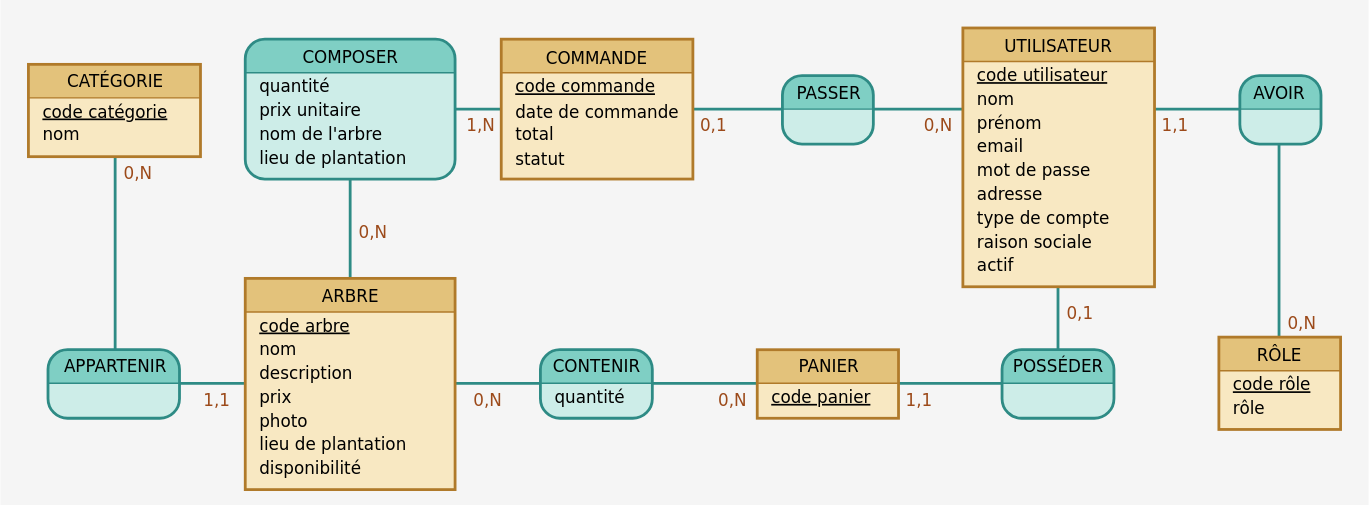
Before: docs/conception/modele-de-donnees/05b-mcd.drawio.svg, a diagram exported from draw.io (DimitryDereppe/je-s-appelle-graine). Source tidied: cells renumbered, new cells last; positions are measured from the earlier drawing's top-left corner, leaving out a move shared by most shapes.
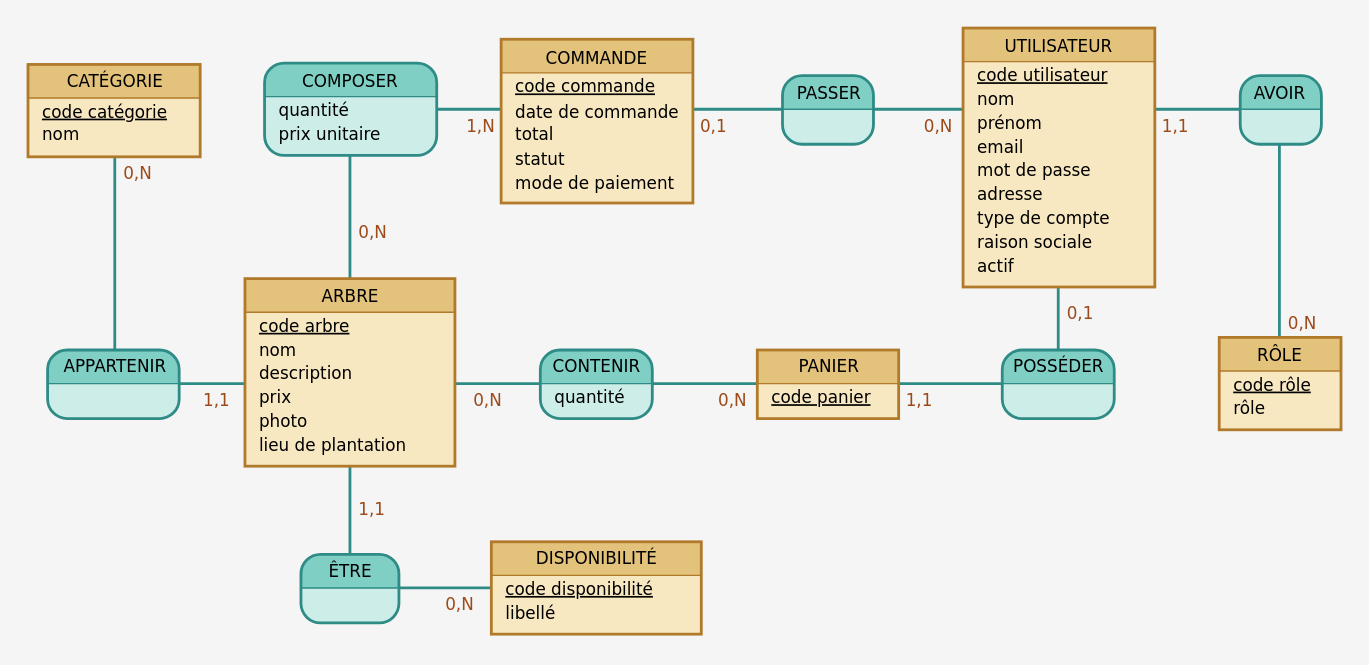
The same diagram one commit later.

The edit, as a diff of the source:
```diff
@@ -9,16 +9,16 @@
       <mxGeometry y="24" width="123" height="42" as="geometry" />
     </mxCell>
     <mxCell id="4" value="COMPOSER" style="swimlane;fontStyle=0;horizontal=1;startSize=24;fillColor=#7FCFC4;swimlaneFillColor=#CDEDE8;strokeColor=#2E8B85;strokeWidth=2;rounded=1;arcSize=30;fontFamily=Verdana;fontSize=12;html=1;" parent="1" vertex="1">
-      <mxGeometry x="155" y="8" width="150" height="100" as="geometry" />
+      <mxGeometry x="169" y="25" width="123" height="66" as="geometry" />
     </mxCell>
-    <mxCell id="5" value="quantité&lt;br&gt;prix unitaire&lt;br&gt;nom de l&amp;#x27;arbre&lt;br&gt;lieu de plantation" style="text;html=1;align=left;verticalAlign=top;spacingLeft=6;fontFamily=Verdana;fontSize=12;" parent="4" vertex="1">
-      <mxGeometry y="24" width="150" height="76" as="geometry" />
+    <mxCell id="5" value="quantité&lt;br&gt;prix unitaire" style="text;html=1;align=left;verticalAlign=top;spacingLeft=6;fontFamily=Verdana;fontSize=12;" parent="4" vertex="1">
+      <mxGeometry y="24" width="123" height="42" as="geometry" />
     </mxCell>
     <mxCell id="6" value="COMMANDE" style="swimlane;fontStyle=0;horizontal=1;startSize=24;fillColor=#E3C27B;swimlaneFillColor=#F8E8C2;strokeColor=#B07A2A;strokeWidth=2;rounded=0;arcSize=30;fontFamily=Verdana;fontSize=12;html=1;" parent="1" vertex="1">
-      <mxGeometry x="338" y="8" width="137" height="100" as="geometry" />
+      <mxGeometry x="338" y="8" width="137" height="117" as="geometry" />
     </mxCell>
-    <mxCell id="7" value="&lt;u&gt;code commande&lt;/u&gt;&lt;br&gt;date de commande&lt;br&gt;total&lt;br&gt;statut" style="text;html=1;align=left;verticalAlign=top;spacingLeft=6;fontFamily=Verdana;fontSize=12;" parent="6" vertex="1">
-      <mxGeometry y="24" width="137" height="76" as="geometry" />
+    <mxCell id="7" value="&lt;u&gt;code commande&lt;/u&gt;&lt;br&gt;date de commande&lt;br&gt;total&lt;br&gt;statut&lt;br&gt;mode de paiement" style="text;html=1;align=left;verticalAlign=top;spacingLeft=6;fontFamily=Verdana;fontSize=12;" parent="6" vertex="1">
+      <mxGeometry y="24" width="137" height="93" as="geometry" />
     </mxCell>
     <mxCell id="8" value="PASSER" style="swimlane;fontStyle=0;horizontal=1;startSize=24;fillColor=#7FCFC4;swimlaneFillColor=#CDEDE8;strokeColor=#2E8B85;strokeWidth=2;rounded=1;arcSize=30;fontFamily=Verdana;fontSize=12;html=1;" parent="1" vertex="1">
       <mxGeometry x="539" y="34" width="65" height="49" as="geometry" />
@@ -45,10 +45,10 @@
       <mxGeometry y="24" width="94" height="25" as="geometry" />
     </mxCell>
     <mxCell id="16" value="ARBRE" style="swimlane;fontStyle=0;horizontal=1;startSize=24;fillColor=#E3C27B;swimlaneFillColor=#F8E8C2;strokeColor=#B07A2A;strokeWidth=2;rounded=0;arcSize=30;fontFamily=Verdana;fontSize=12;html=1;" parent="1" vertex="1">
-      <mxGeometry x="155" y="179" width="150" height="151" as="geometry" />
+      <mxGeometry x="155" y="179" width="150" height="134" as="geometry" />
     </mxCell>
-    <mxCell id="17" value="&lt;u&gt;code arbre&lt;/u&gt;&lt;br&gt;nom&lt;br&gt;description&lt;br&gt;prix&lt;br&gt;photo&lt;br&gt;lieu de plantation&lt;br&gt;disponibilité" style="text;html=1;align=left;verticalAlign=top;spacingLeft=6;fontFamily=Verdana;fontSize=12;" parent="16" vertex="1">
-      <mxGeometry y="24" width="150" height="127" as="geometry" />
+    <mxCell id="17" value="&lt;u&gt;code arbre&lt;/u&gt;&lt;br&gt;nom&lt;br&gt;description&lt;br&gt;prix&lt;br&gt;photo&lt;br&gt;lieu de plantation" style="text;html=1;align=left;verticalAlign=top;spacingLeft=6;fontFamily=Verdana;fontSize=12;" parent="16" vertex="1">
+      <mxGeometry y="24" width="150" height="110" as="geometry" />
     </mxCell>
     <mxCell id="18" value="CONTENIR" style="swimlane;fontStyle=0;horizontal=1;startSize=24;fillColor=#7FCFC4;swimlaneFillColor=#CDEDE8;strokeColor=#2E8B85;strokeWidth=2;rounded=1;arcSize=30;fontFamily=Verdana;fontSize=12;html=1;" parent="1" vertex="1">
       <mxGeometry x="366" y="230" width="80" height="49" as="geometry" />
@@ -74,6 +74,18 @@
     <mxCell id="25" value="&lt;u&gt;code rôle&lt;/u&gt;&lt;br&gt;rôle" style="text;html=1;align=left;verticalAlign=top;spacingLeft=6;fontFamily=Verdana;fontSize=12;" parent="24" vertex="1">
       <mxGeometry y="24" width="87" height="42" as="geometry" />
     </mxCell>
+    <mxCell id="38" value="ÊTRE" style="swimlane;fontStyle=0;horizontal=1;startSize=24;fillColor=#7FCFC4;swimlaneFillColor=#CDEDE8;strokeColor=#2E8B85;strokeWidth=2;rounded=1;arcSize=30;fontFamily=Verdana;fontSize=12;html=1;" parent="1" vertex="1">
+      <mxGeometry x="195" y="376" width="70" height="49" as="geometry" />
+    </mxCell>
+    <mxCell id="39" style="text;html=1;align=left;verticalAlign=top;spacingLeft=6;fontFamily=Verdana;fontSize=12;" parent="38" vertex="1">
+      <mxGeometry y="24" width="70" height="25" as="geometry" />
+    </mxCell>
+    <mxCell id="40" value="DISPONIBILITÉ" style="swimlane;fontStyle=0;horizontal=1;startSize=24;fillColor=#E3C27B;swimlaneFillColor=#F8E8C2;strokeColor=#B07A2A;strokeWidth=2;rounded=0;arcSize=30;fontFamily=Verdana;fontSize=12;html=1;" parent="1" vertex="1">
+      <mxGeometry x="331" y="367" width="150" height="66" as="geometry" />
+    </mxCell>
+    <mxCell id="41" value="&lt;u&gt;code disponibilité&lt;/u&gt;&lt;br&gt;libellé" style="text;html=1;align=left;verticalAlign=top;spacingLeft=6;fontFamily=Verdana;fontSize=12;" parent="40" vertex="1">
+      <mxGeometry y="24" width="150" height="42" as="geometry" />
+    </mxCell>
     <mxCell id="26" value="0,N" style="endArrow=none;html=1;strokeColor=#2E8B85;strokeWidth=2;fontColor=#9C4A1A;fontFamily=Verdana;fontSize=12;labelBackgroundColor=none;" parent="1" edge="1" source="14" target="2">
       <mxGeometry x="0.75" y="10" relative="1" as="geometry" />
     </mxCell>
@@ -110,5 +122,11 @@
     <mxCell id="37" value="0,N" style="endArrow=none;html=1;strokeColor=#2E8B85;strokeWidth=2;fontColor=#9C4A1A;fontFamily=Verdana;fontSize=12;labelBackgroundColor=none;" parent="1" edge="1" source="12" target="24">
       <mxGeometry x="0.75" y="10" relative="1" as="geometry" />
     </mxCell>
+    <mxCell id="42" value="1,1" style="endArrow=none;html=1;strokeColor=#2E8B85;strokeWidth=2;fontColor=#9C4A1A;fontFamily=Verdana;fontSize=12;labelBackgroundColor=none;" parent="1" edge="1" source="38" target="16">
+      <mxGeometry x="0.75" y="10" relative="1" as="geometry" />
+    </mxCell>
+    <mxCell id="43" value="0,N" style="endArrow=none;html=1;strokeColor=#2E8B85;strokeWidth=2;fontColor=#9C4A1A;fontFamily=Verdana;fontSize=12;labelBackgroundColor=none;" parent="1" edge="1" source="38" target="40">
+      <mxGeometry x="0.75" y="10" relative="1" as="geometry" />
+    </mxCell>
   </root>
 </mxGraphModel>
```
